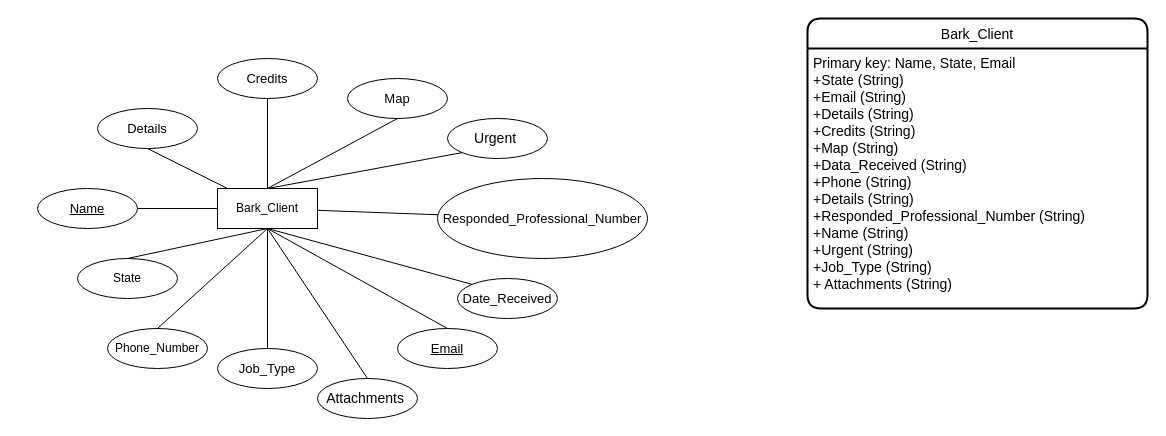
Before: Database_Schema/Epibark_Database_Schema.drawio in eamankwah250/python-bark-extractor, a draw.io diagram. Source tidied: cells renumbered, new cells numbered last; positions are measured from the earlier drawing's top-left corner, leaving out a move shared by most shapes. Both pictures are drawn from the tidied source at 100%, with x=0, y=0 at pixel (37, 18).
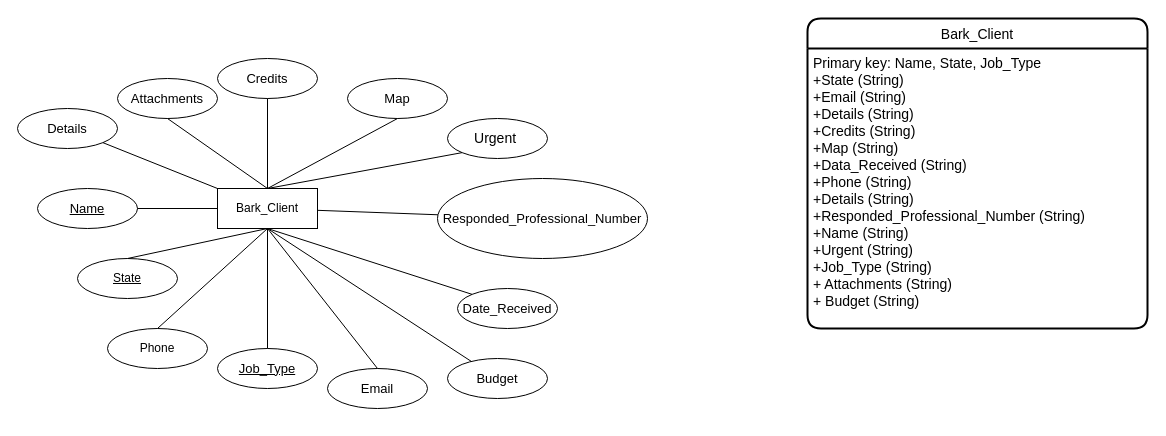
The same diagram, later.

The change refers to these unchanged cells:
```xml
<mxCell id="2" value="Bark_Client" style="whiteSpace=wrap;html=1;align=center;" parent="1" vertex="1">
  <mxGeometry x="180" y="170" width="100" height="40" as="geometry" />
</mxCell>
```

Diff of the diagram source:
```diff
@@
-    <mxCell id="3" value="State" style="ellipse;whiteSpace=wrap;html=1;align=center;" parent="1" vertex="1">
+    <mxCell id="3" value="&lt;u&gt;State&lt;/u&gt;" style="ellipse;whiteSpace=wrap;html=1;align=center;" parent="1" vertex="1">
       <mxGeometry x="40" y="240" width="100" height="40" as="geometry" />
     </mxCell>
@@
-    <mxCell id="5" value="Phone_Number" style="ellipse;whiteSpace=wrap;html=1;align=center;" parent="1" vertex="1">
+    <mxCell id="5" value="Phone" style="ellipse;whiteSpace=wrap;html=1;align=center;" parent="1" vertex="1">
       <mxGeometry x="70" y="310" width="100" height="40" as="geometry" />
     </mxCell>
@@
-    <mxCell id="7" value="&lt;span style=&quot;font-family: arial; font-size: 13px; text-align: left; background-color: rgb(255, 255, 255);&quot;&gt;Job_Type&lt;/span&gt;" style="ellipse;whiteSpace=wrap;html=1;align=center;" parent="1" vertex="1">
+    <mxCell id="7" value="&lt;span style=&quot;font-family: arial; font-size: 13px; text-align: left; background-color: rgb(255, 255, 255);&quot;&gt;&lt;u&gt;Job_Type&lt;/u&gt;&lt;/span&gt;" style="ellipse;whiteSpace=wrap;html=1;align=center;" parent="1" vertex="1">
       <mxGeometry x="180" y="330" width="100" height="40" as="geometry" />
     </mxCell>
@@
-    <mxCell id="9" value="&lt;span style=&quot;font-family: arial; font-size: 13px; text-align: left; background-color: rgb(255, 255, 255);&quot;&gt;&lt;u&gt;Email&lt;/u&gt;&lt;/span&gt;" style="ellipse;whiteSpace=wrap;html=1;align=center;" parent="1" vertex="1">
-      <mxGeometry x="360" y="310" width="100" height="40" as="geometry" />
+    <mxCell id="9" value="&lt;span style=&quot;font-family: arial; font-size: 13px; text-align: left; background-color: rgb(255, 255, 255);&quot;&gt;Email&lt;/span&gt;" style="ellipse;whiteSpace=wrap;html=1;align=center;" parent="1" vertex="1">
+      <mxGeometry x="290" y="350" width="100" height="40" as="geometry" />
     </mxCell>
@@
     <mxCell id="11" value="&lt;span style=&quot;font-family: Arial; font-size: 13px; text-align: left; background-color: rgb(255, 255, 255);&quot;&gt;Date_Received&lt;/span&gt;" style="ellipse;whiteSpace=wrap;html=1;align=center;" parent="1" vertex="1">
-      <mxGeometry x="420" y="260" width="100" height="40" as="geometry" />
+      <mxGeometry x="420" y="270" width="100" height="40" as="geometry" />
     </mxCell>
@@
     <mxCell id="19" value="&lt;div style=&quot;text-align: left;&quot;&gt;&lt;font face=&quot;arial&quot;&gt;&lt;span style=&quot;font-size: 13px; background-color: rgb(255, 255, 255);&quot;&gt;Details&lt;/span&gt;&lt;/font&gt;&lt;/div&gt;" style="ellipse;whiteSpace=wrap;html=1;align=center;" parent="1" vertex="1">
-      <mxGeometry x="60" y="90" width="100" height="40" as="geometry" />
+      <mxGeometry x="-20" y="90" width="100" height="40" as="geometry" />
     </mxCell>
-    <mxCell id="20" style="endArrow=none;html=1;rounded=0;exitX=0.5;exitY=1;exitDx=0;exitDy=0;" parent="1" edge="1" source="19" target="2">
+    <mxCell id="20" style="endArrow=none;html=1;rounded=0;exitX=1;exitY=1;exitDx=0;exitDy=0;" parent="1" edge="1" source="19" target="2">
       <mxGeometry relative="1" as="geometry" />
     </mxCell>
     <mxCell id="21" value="Bark_Client" style="swimlane;horizontal=1;startSize=30;rounded=1;fontSize=14;fontStyle=0;strokeWidth=2;shadow=0;dashed=0;align=center;spacingTop=0;spacing=2;" parent="1" vertex="1">
-      <mxGeometry x="770" width="340" height="290" as="geometry" />
+      <mxGeometry x="770" width="340" height="310" as="geometry" />
     </mxCell>
-    <mxCell id="22" value="Primary key: Name, State, Email&#10;+State (String)&#10;+Email (String)&#10;+Details (String)&#10;+Credits (String)&#10;+Map (String)&#10;+Data_Received (String)&#10;+Phone (String)&#10;+Details (String)&#10;+Responded_Professional_Number (String)&#10;+Name (String)&#10;+Urgent (String)&#10;+Job_Type (String)&#10;+ Attachments (String)&#10;&#10;&#10;&#10;" style="align=left;strokeColor=none;fillColor=none;spacingLeft=4;fontSize=14;verticalAlign=top;spacing=2;" parent="21" vertex="1">
-      <mxGeometry y="30" width="340" height="260" as="geometry" />
+    <mxCell id="22" value="Primary key: Name, State, Job_Type&#10;+State (String)&#10;+Email (String)&#10;+Details (String)&#10;+Credits (String)&#10;+Map (String)&#10;+Data_Received (String)&#10;+Phone (String)&#10;+Details (String)&#10;+Responded_Professional_Number (String)&#10;+Name (String)&#10;+Urgent (String)&#10;+Job_Type (String)&#10;+ Attachments (String)&#10;+ Budget (String)&#10;&#10;&#10;&#10;" style="align=left;strokeColor=none;fillColor=none;spacingLeft=4;fontSize=14;verticalAlign=top;spacing=2;" parent="21" vertex="1">
+      <mxGeometry y="30" width="340" height="280" as="geometry" />
     </mxCell>
@@
-    <mxCell id="27" value="&lt;span style=&quot;font-size: 14px; text-align: left;&quot;&gt;Attachments&amp;nbsp;&lt;/span&gt;" style="ellipse;whiteSpace=wrap;html=1;align=center;" parent="1" vertex="1">
-      <mxGeometry x="280" y="360" width="100" height="40" as="geometry" />
+    <mxCell id="27" value="&lt;div style=&quot;text-align: left;&quot;&gt;&lt;font face=&quot;arial&quot;&gt;&lt;span style=&quot;font-size: 13px; background-color: rgb(255, 255, 255);&quot;&gt;Attachments&lt;/span&gt;&lt;/font&gt;&lt;/div&gt;" style="ellipse;whiteSpace=wrap;html=1;align=center;" parent="1" vertex="1">
+      <mxGeometry x="80" y="60" width="100" height="40" as="geometry" />
     </mxCell>
-    <mxCell id="28" style="endArrow=none;html=1;rounded=0;exitX=0.5;exitY=0;exitDx=0;exitDy=0;" parent="1" edge="1" source="27">
-      <mxGeometry relative="1" as="geometry">
-        <mxPoint x="230" y="210" as="targetPoint" />
-      </mxGeometry>
-    </mxCell>
+    <mxCell id="29" style="endArrow=none;html=1;rounded=0;exitX=0.5;exitY=1;exitDx=0;exitDy=0;entryX=0.5;entryY=0;entryDx=0;entryDy=0;" parent="1" edge="1" source="27" target="2">
+      <mxGeometry relative="1" as="geometry" />
+    </mxCell>
+    <mxCell id="30" value="&lt;span style=&quot;font-family: arial; font-size: 13px; text-align: left; background-color: rgb(255, 255, 255);&quot;&gt;Budget&lt;/span&gt;" style="ellipse;whiteSpace=wrap;html=1;align=center;" parent="1" vertex="1">
+      <mxGeometry x="410" y="340" width="100" height="40" as="geometry" />
+    </mxCell>
+    <mxCell id="31" style="endArrow=none;html=1;rounded=0;entryX=0.5;entryY=1;entryDx=0;entryDy=0;" parent="1" edge="1" source="30" target="2">
+      <mxGeometry relative="1" as="geometry" />
+    </mxCell>
```
